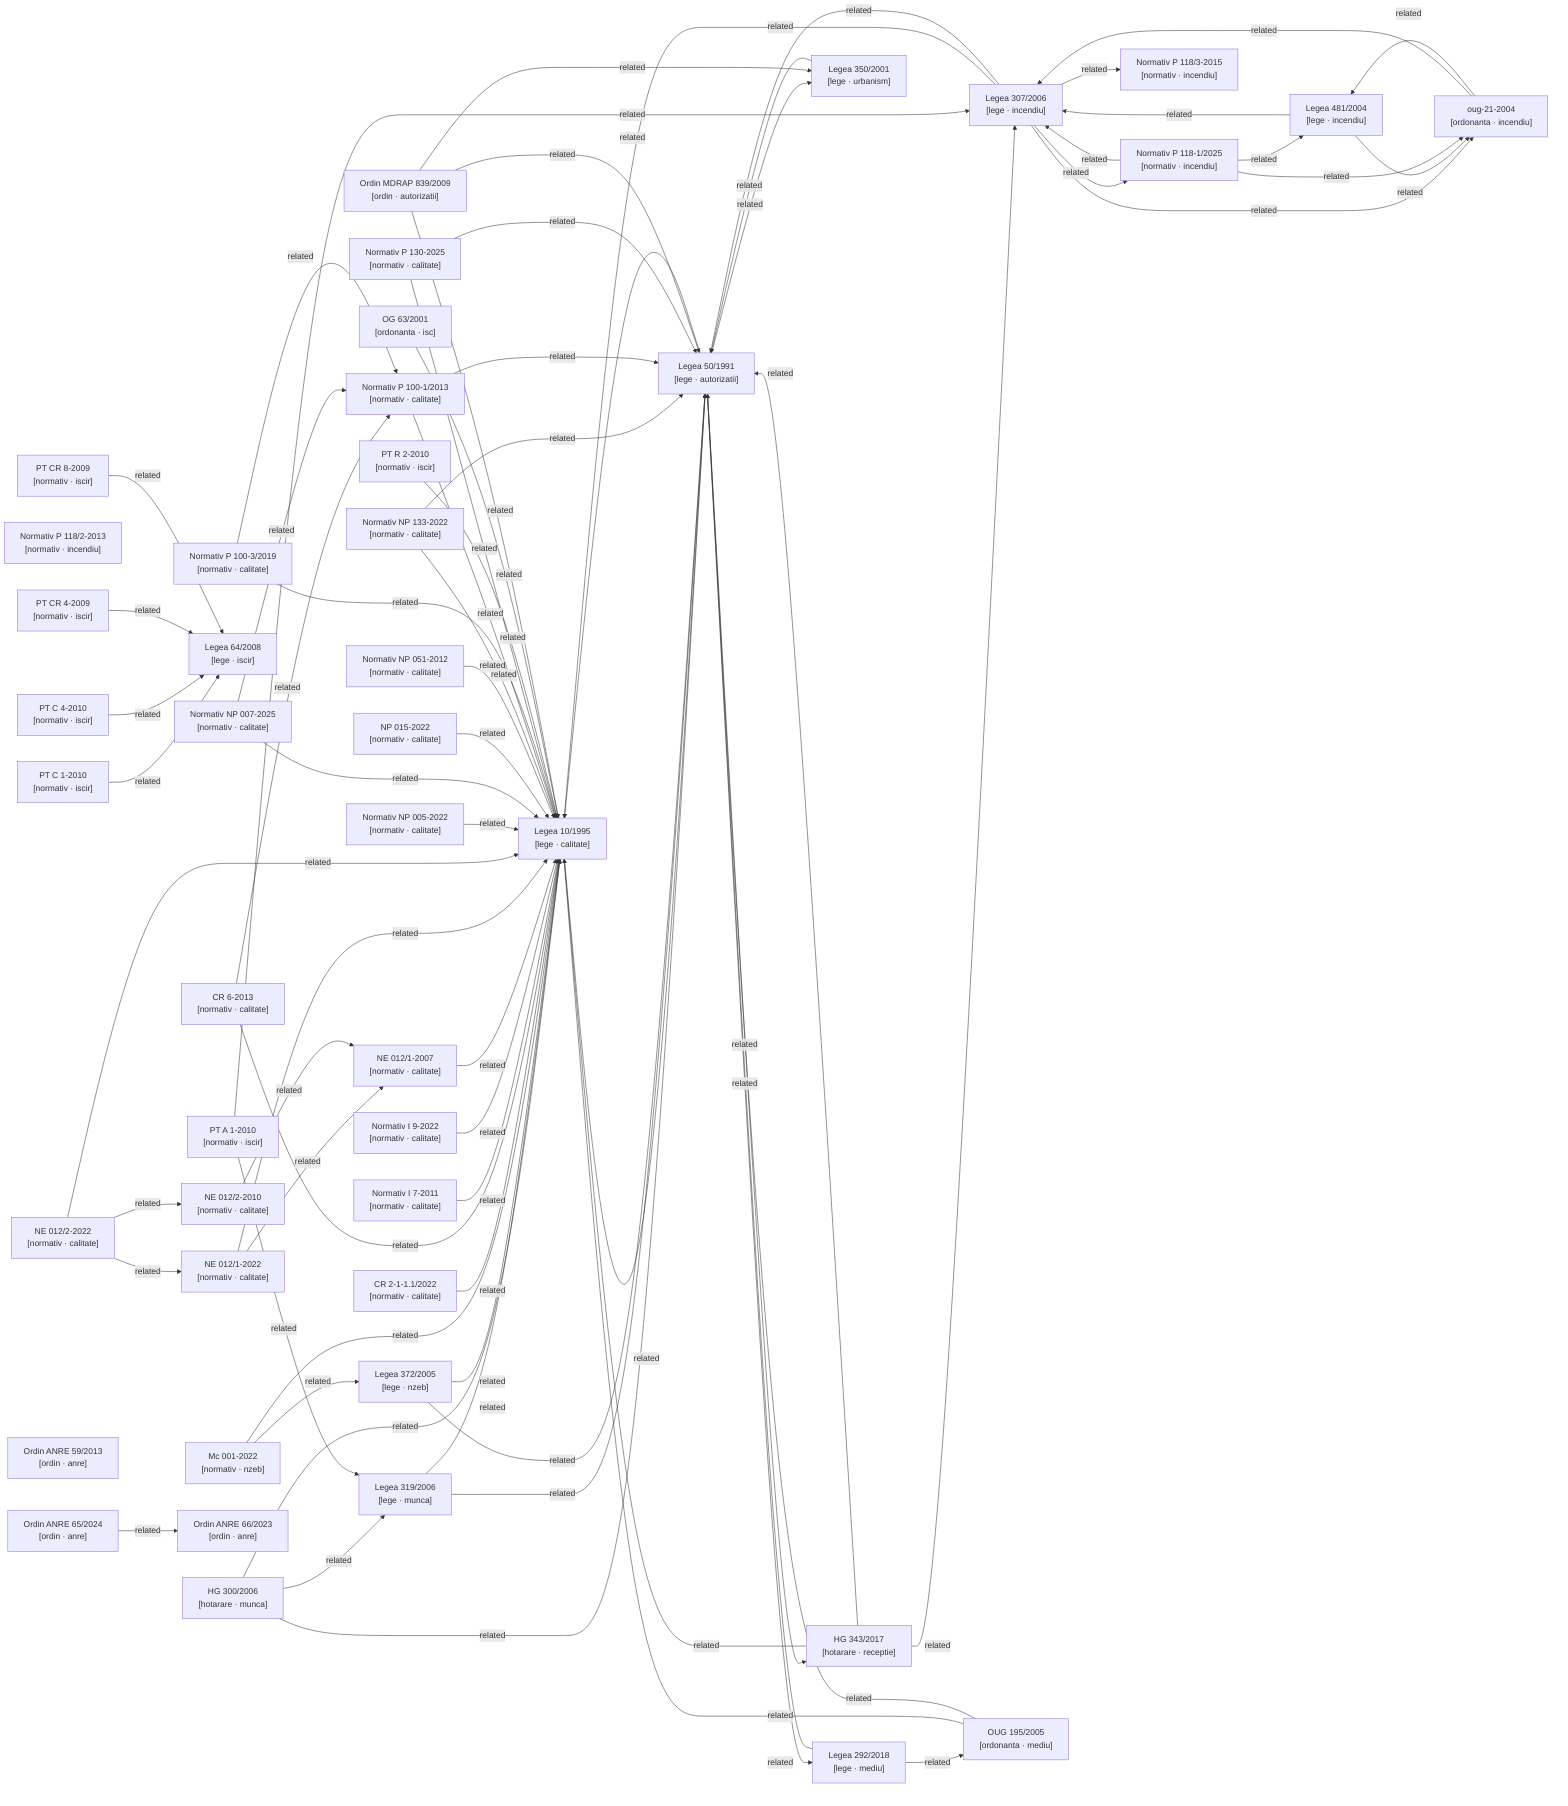
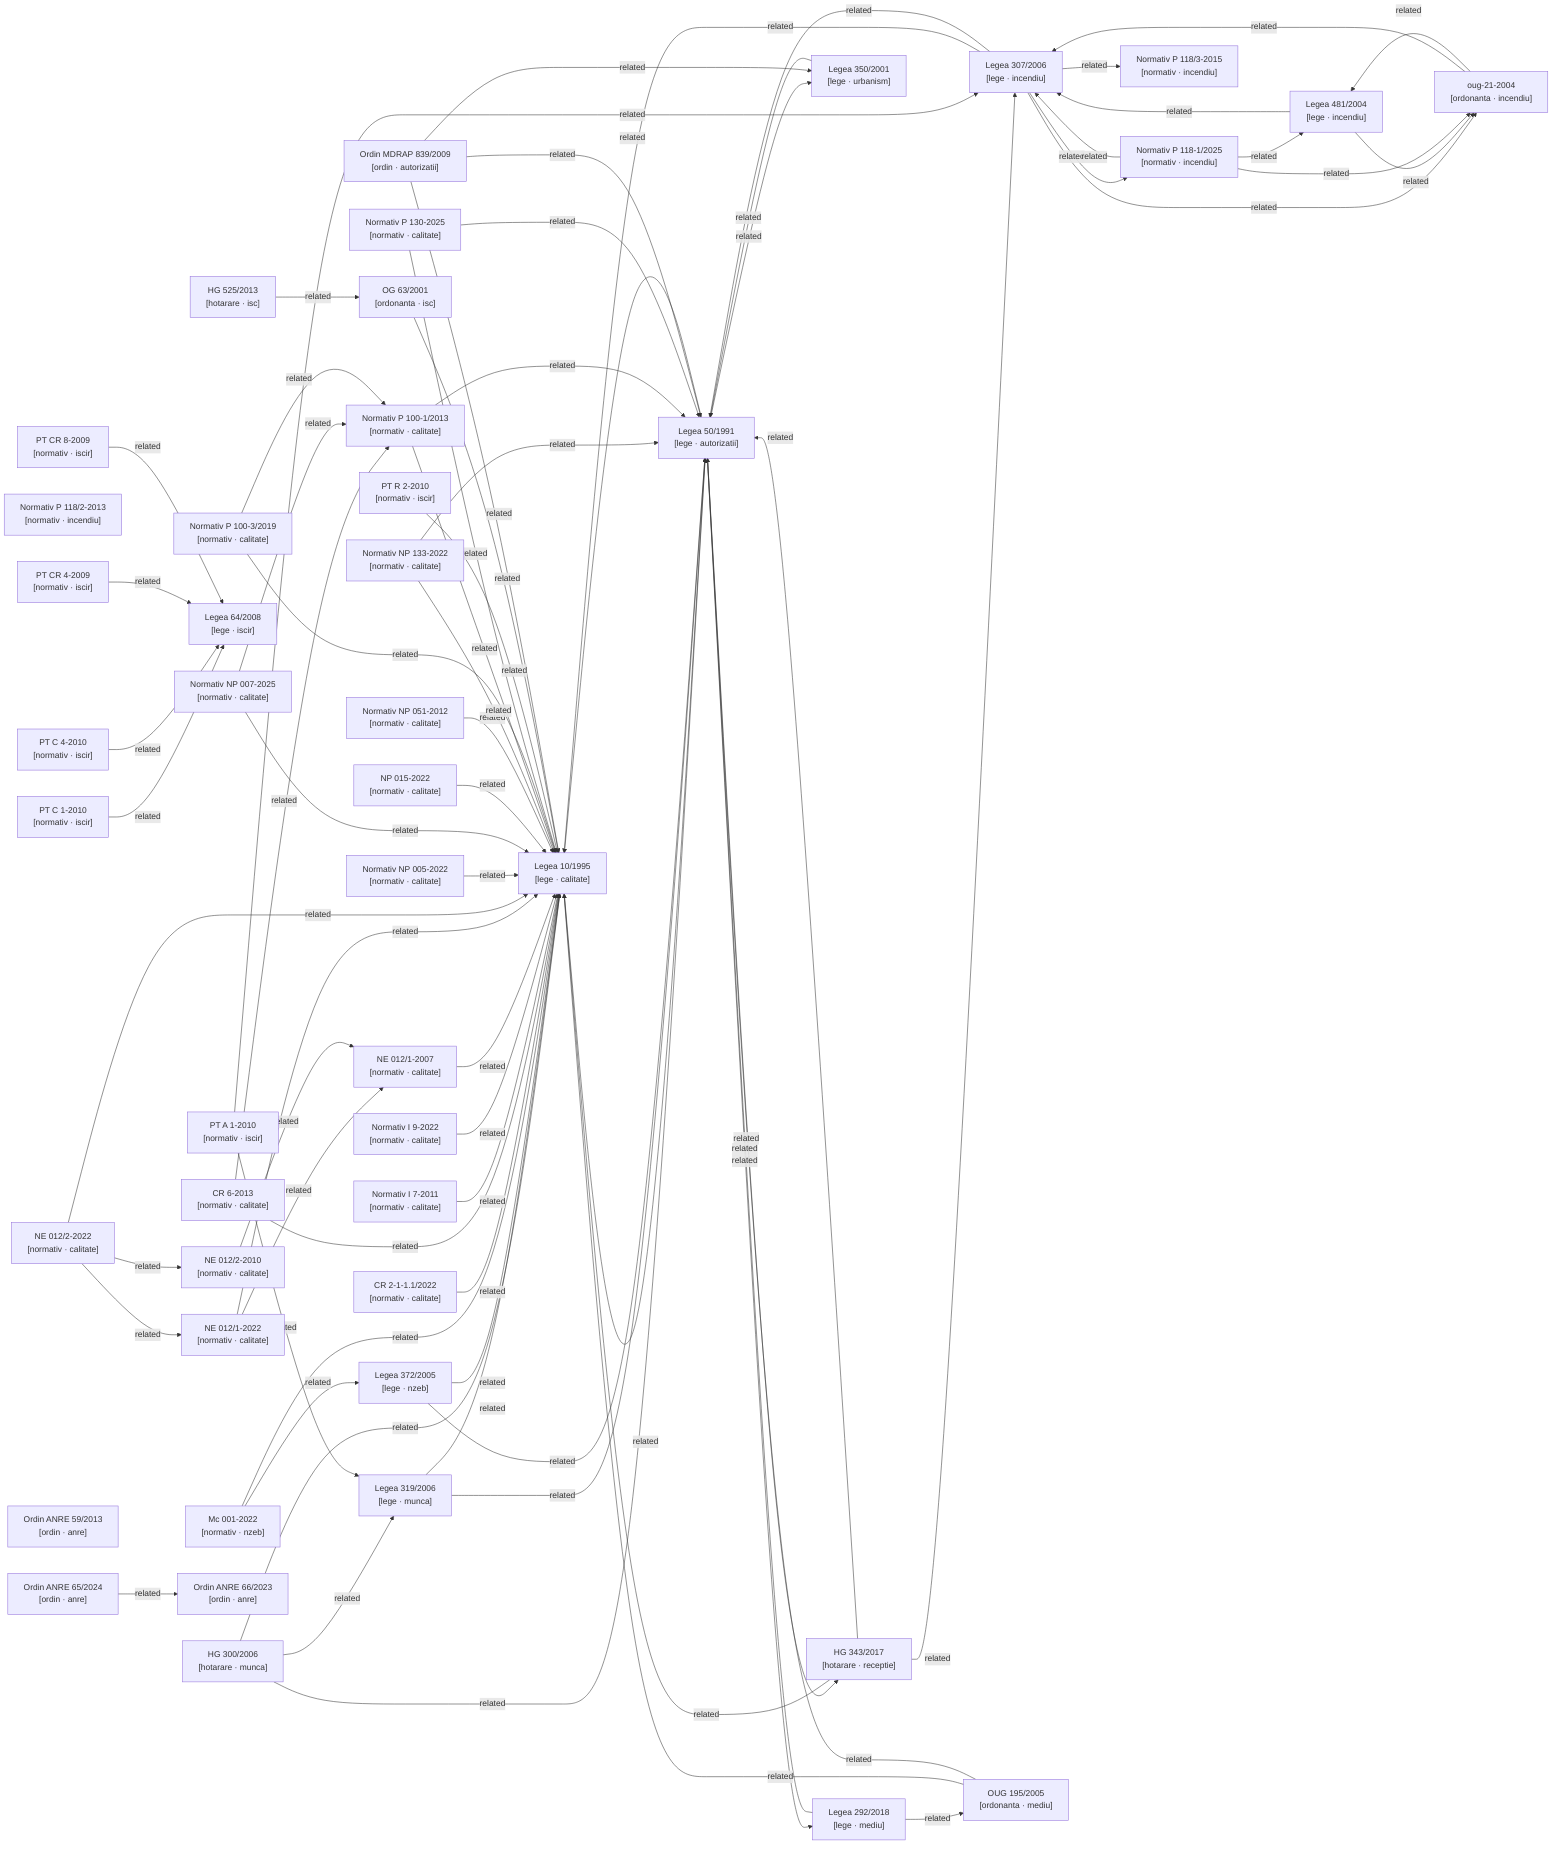
graph LR

  %% Nodes
  hg-300-2006["HG 300/2006\n[hotarare · munca]"]
  hg-343-2017["HG 343/2017\n[hotarare · receptie]"]
+   hg-525-2013["HG 525/2013\n[hotarare · isc]"]
  lege-10-1995["Legea 10/1995\n[lege · calitate]"]
  lege-292-2018["Legea 292/2018\n[lege · mediu]"]
  lege-307-2006["Legea 307/2006\n[lege · incendiu]"]
  lege-319-2006["Legea 319/2006\n[lege · munca]"]
  lege-350-2001["Legea 350/2001\n[lege · urbanism]"]
  lege-372-2005["Legea 372/2005\n[lege · nzeb]"]
  lege-481-2004["Legea 481/2004\n[lege · incendiu]"]
  lege-50-1991["Legea 50/1991\n[lege · autorizatii]"]
  lege-64-2008["Legea 64/2008\n[lege · iscir]"]
  metodologie-mc001-2022["Mc 001-2022\n[normativ · nzeb]"]
  normativ-cr2-1-1-1-2022["CR 2-1-1.1/2022\n[normativ · calitate]"]
  normativ-cr6-2013["CR 6-2013\n[normativ · calitate]"]
  normativ-i7-2011["Normativ I 7-2011\n[normativ · calitate]"]
  normativ-i9-2022["Normativ I 9-2022\n[normativ · calitate]"]
  normativ-ne012-1-2007["NE 012/1-2007\n[normativ · calitate]"]
  normativ-ne012-1-2022["NE 012/1-2022\n[normativ · calitate]"]
  normativ-ne012-2-2010["NE 012/2-2010\n[normativ · calitate]"]
  normativ-ne012-2-2022["NE 012/2-2022\n[normativ · calitate]"]
  normativ-np005-2022["Normativ NP 005-2022\n[normativ · calitate]"]
  normativ-np007-2025["Normativ NP 007-2025\n[normativ · calitate]"]
  normativ-np015-2022["NP 015-2022\n[normativ · calitate]"]
  normativ-np051-2012["Normativ NP 051-2012\n[normativ · calitate]"]
  normativ-np133-2022["Normativ NP 133-2022\n[normativ · calitate]"]
  normativ-p100-1-2013["Normativ P 100-1/2013\n[normativ · calitate]"]
  normativ-p100-3-2019["Normativ P 100-3/2019\n[normativ · calitate]"]
  normativ-p118-1-2025["Normativ P 118-1/2025\n[normativ · incendiu]"]
  normativ-p118-2-2013["Normativ P 118/2-2013\n[normativ · incendiu]"]
  normativ-p118-3-2015["Normativ P 118/3-2015\n[normativ · incendiu]"]
  normativ-p130-2025["Normativ P 130-2025\n[normativ · calitate]"]
  normativ-pt-a1-2010["PT A 1-2010\n[normativ · iscir]"]
  normativ-pt-c1-2010["PT C 1-2010\n[normativ · iscir]"]
  normativ-pt-c4-2010["PT C 4-2010\n[normativ · iscir]"]
  normativ-pt-cr4-2009["PT CR 4-2009\n[normativ · iscir]"]
  normativ-pt-cr8-2009["PT CR 8-2009\n[normativ · iscir]"]
  normativ-pt-r2-2010["PT R 2-2010\n[normativ · iscir]"]
  og-63-2001["OG 63/2001\n[ordonanta · isc]"]
  ordin-839-2009["Ordin MDRAP 839/2009\n[ordin · autorizatii]"]
  ordin-anre-59-2013["Ordin ANRE 59/2013\n[ordin · anre]"]
  ordin-anre-65-2024["Ordin ANRE 65/2024\n[ordin · anre]"]
  ordin-anre-66-2023["Ordin ANRE 66/2023\n[ordin · anre]"]
  oug-195-2005["OUG 195/2005\n[ordonanta · mediu]"]
  oug-21-2004["oug-21-2004\n[ordonanta · incendiu]"]

  %% Confirmed relationships (from metadata related_acts)
  hg-300-2006 -->|related| lege-10-1995
  hg-300-2006 -->|related| lege-319-2006
  hg-300-2006 -->|related| lege-50-1991
  hg-343-2017 -->|related| lege-10-1995
  hg-343-2017 -->|related| lege-307-2006
  hg-343-2017 -->|related| lege-50-1991
+   hg-525-2013 -->|related| og-63-2001
  lege-10-1995 -->|related| lege-50-1991
  lege-292-2018 -->|related| lege-50-1991
  lege-292-2018 -->|related| oug-195-2005
  lege-307-2006 -->|related| lege-10-1995
  lege-307-2006 -->|related| lege-50-1991
  lege-307-2006 -->|related| normativ-p118-1-2025
  lege-307-2006 -->|related| normativ-p118-3-2015
  lege-307-2006 -->|related| oug-21-2004
  lege-319-2006 -->|related| lege-10-1995
  lege-319-2006 -->|related| lege-50-1991
  lege-350-2001 -->|related| lege-50-1991
  lege-372-2005 -->|related| lege-10-1995
  lege-372-2005 -->|related| lege-50-1991
  lege-481-2004 -->|related| lege-307-2006
  lege-481-2004 -->|related| oug-21-2004
  lege-50-1991 -->|related| hg-343-2017
  lege-50-1991 -->|related| lege-10-1995
  lege-50-1991 -->|related| lege-292-2018
  lege-50-1991 -->|related| lege-350-2001
  metodologie-mc001-2022 -->|related| lege-10-1995
  metodologie-mc001-2022 -->|related| lege-372-2005
  normativ-cr2-1-1-1-2022 -->|related| lege-10-1995
  normativ-cr6-2013 -->|related| lege-10-1995
  normativ-cr6-2013 -->|related| normativ-p100-1-2013
  normativ-i7-2011 -->|related| lege-10-1995
  normativ-i9-2022 -->|related| lege-10-1995
  normativ-ne012-1-2007 -->|related| lege-10-1995
  normativ-ne012-1-2022 -->|related| lege-10-1995
  normativ-ne012-1-2022 -->|related| normativ-ne012-1-2007
  normativ-ne012-2-2010 -->|related| normativ-ne012-1-2007
  normativ-ne012-2-2022 -->|related| lege-10-1995
  normativ-ne012-2-2022 -->|related| normativ-ne012-1-2022
  normativ-ne012-2-2022 -->|related| normativ-ne012-2-2010
  normativ-np005-2022 -->|related| lege-10-1995
  normativ-np007-2025 -->|related| lege-10-1995
  normativ-np007-2025 -->|related| normativ-p100-1-2013
  normativ-np015-2022 -->|related| lege-10-1995
  normativ-np051-2012 -->|related| lege-10-1995
  normativ-np133-2022 -->|related| lege-10-1995
  normativ-np133-2022 -->|related| lege-50-1991
  normativ-p100-1-2013 -->|related| lege-10-1995
  normativ-p100-1-2013 -->|related| lege-50-1991
  normativ-p100-3-2019 -->|related| lege-10-1995
  normativ-p100-3-2019 -->|related| normativ-p100-1-2013
  normativ-p118-1-2025 -->|related| lege-307-2006
  normativ-p118-1-2025 -->|related| lege-481-2004
  normativ-p118-1-2025 -->|related| oug-21-2004
  normativ-p130-2025 -->|related| lege-10-1995
  normativ-p130-2025 -->|related| lege-50-1991
  normativ-pt-a1-2010 -->|related| lege-307-2006
  normativ-pt-a1-2010 -->|related| lege-319-2006
  normativ-pt-c1-2010 -->|related| lege-64-2008
  normativ-pt-c4-2010 -->|related| lege-64-2008
  normativ-pt-cr4-2009 -->|related| lege-64-2008
  normativ-pt-cr8-2009 -->|related| lege-64-2008
  normativ-pt-r2-2010 -->|related| lege-10-1995
  og-63-2001 -->|related| lege-10-1995
  ordin-839-2009 -->|related| lege-10-1995
  ordin-839-2009 -->|related| lege-350-2001
  ordin-839-2009 -->|related| lege-50-1991
  ordin-anre-65-2024 -->|related| ordin-anre-66-2023
  oug-195-2005 -->|related| lege-10-1995
  oug-195-2005 -->|related| lege-50-1991
  oug-21-2004 -->|related| lege-307-2006
  oug-21-2004 -->|related| lege-481-2004

  %% Auto-detected relationships (needs_review)
